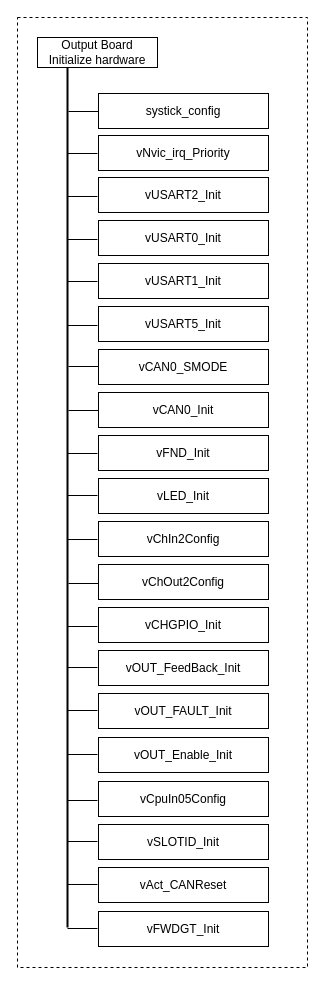
Before: page "IO - OUTPUT 하드웨어 초기화" (2 of 5) of EABS/Document_Pack/Design/OUTPUT/eabs_output_hierarchy.drawio in chillin2/MyDraw.io, a draw.io diagram. Source tidied: cells renumbered, new cells numbered last; positions are measured from the earlier drawing's top-left corner, leaving out a move shared by most shapes. Both pictures are drawn from the tidied source at 100%, with x=0, y=0 at pixel (17, 17).
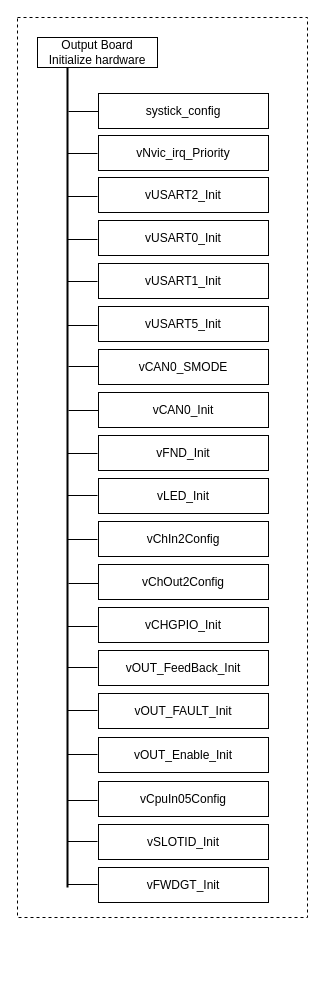
The same page after the edit.

Diff of the diagram source:
```diff
@@
     <mxCell id="2" style="rounded=0;whiteSpace=wrap;html=1;dashed=1;" parent="1" vertex="1">
-      <mxGeometry width="290" height="950" as="geometry" />
+      <mxGeometry width="290" height="900" as="geometry" />
     </mxCell>
@@
     <mxCell id="18" style="endArrow=none;html=1;rounded=0;strokeWidth=2;" parent="1" edge="1">
       <mxGeometry relative="1" as="geometry">
-        <mxPoint x="50" y="910" as="sourcePoint" />
+        <mxPoint x="50" y="870" as="sourcePoint" />
         <mxPoint x="50" y="50" as="targetPoint" />
       </mxGeometry>
     </mxCell>
@@
-    <mxCell id="41" value="vAct_CANReset" style="rounded=0;whiteSpace=wrap;html=1;" parent="1" vertex="1">
-      <mxGeometry x="81" y="850" width="170" height="35" as="geometry" />
-    </mxCell>
@@
     <mxCell id="43" value="vFWDGT_Init" style="rounded=0;whiteSpace=wrap;html=1;" parent="1" vertex="1">
-      <mxGeometry x="81" y="894" width="170" height="35" as="geometry" />
+      <mxGeometry x="81" y="850" width="170" height="35" as="geometry" />
     </mxCell>
-    <mxCell id="44" style="endArrow=none;html=1;rounded=0;" parent="1" edge="1">
-      <mxGeometry relative="1" as="geometry">
-        <mxPoint x="50" y="911" as="sourcePoint" />
-        <mxPoint x="80" y="911" as="targetPoint" />
-      </mxGeometry>
-    </mxCell>
```
